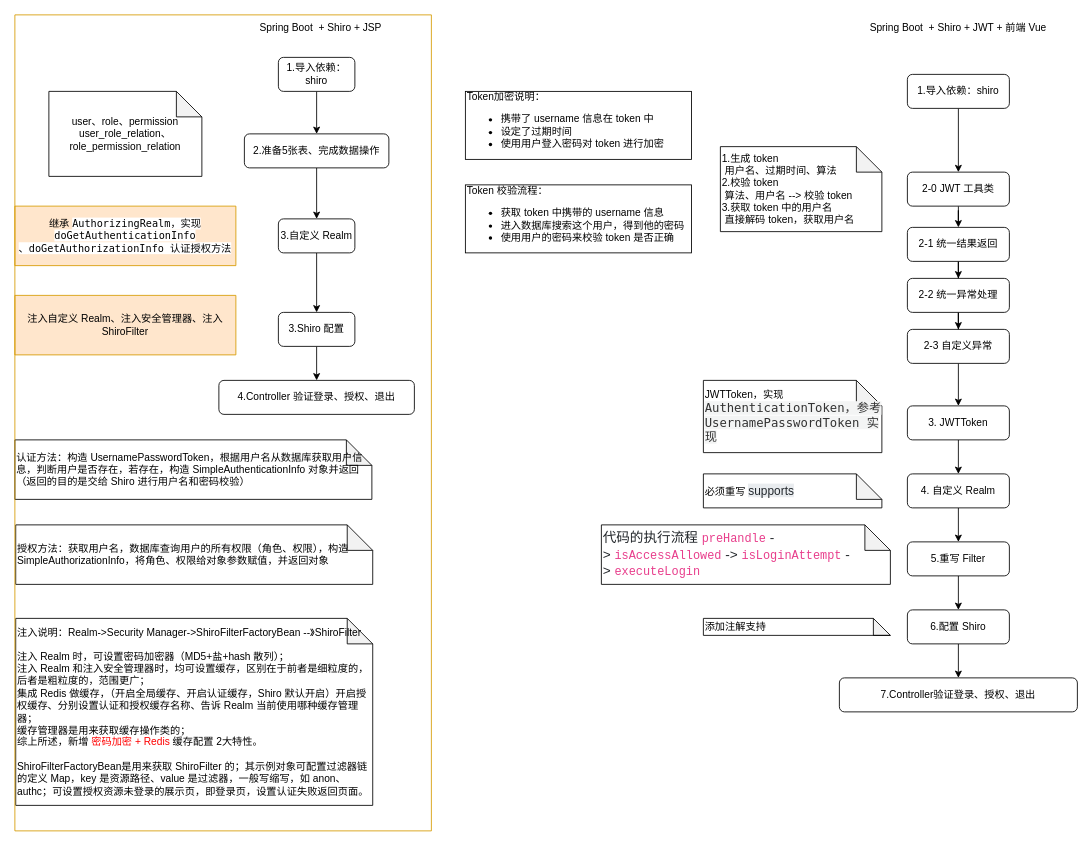
Earlier version of the draw.io diagram t1.drawio (mayating/drawio-files). Source tidied: cells renumbered, new cells numbered last; positions are measured from the earlier drawing's top-left corner, leaving out a move shared by most shapes. Both pictures are drawn from the tidied source at 85%, with x=0, y=0 at pixel (14, 14).
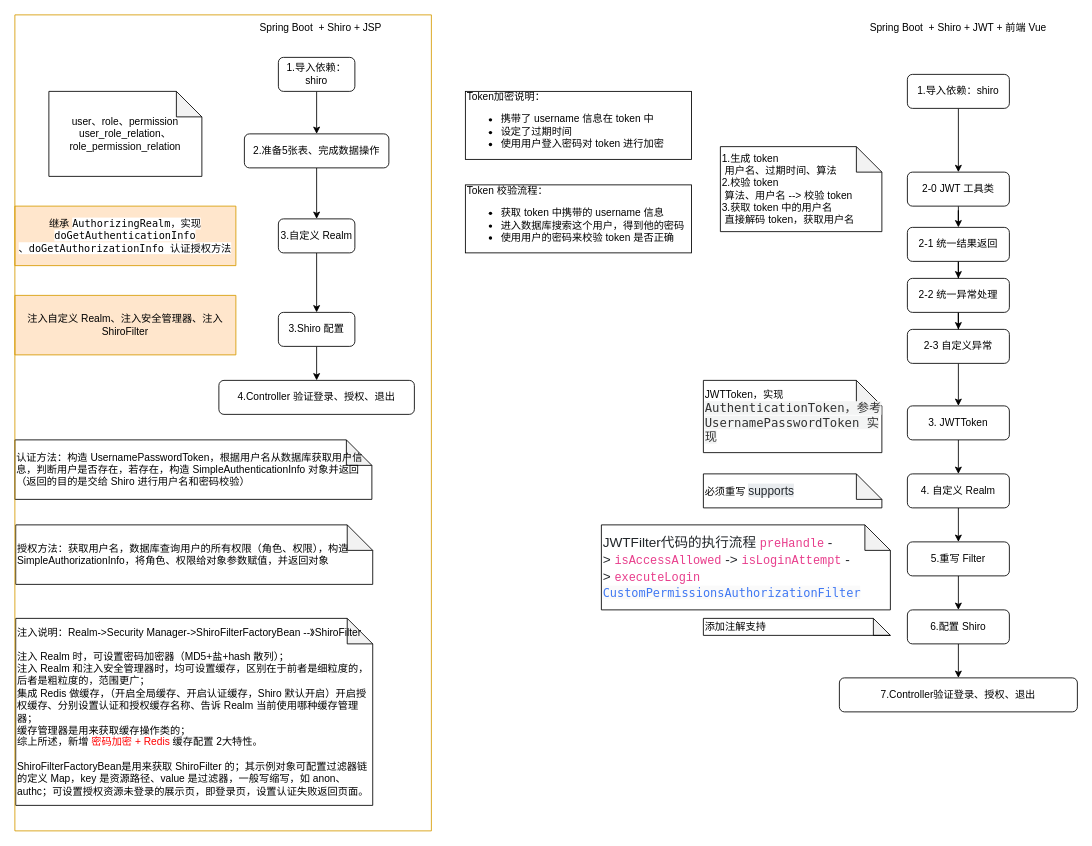
The same page after the edit.

Change to the diagram source:
```diff
@@
-    <mxCell id="44" value="&lt;span style=&quot;color: rgb(33 , 37 , 41) ; font-size: 16px ; background-color: rgb(255 , 255 , 255)&quot;&gt;代码的执行流程&amp;nbsp;&lt;/span&gt;&lt;code style=&quot;box-sizing: border-box ; font-size: 14px ; color: rgb(232 , 62 , 140) ; overflow-wrap: break-word ; background-color: rgb(255 , 255 , 255)&quot;&gt;preHandle&lt;/code&gt;&lt;span style=&quot;color: rgb(33 , 37 , 41) ; font-size: 16px ; background-color: rgb(255 , 255 , 255)&quot;&gt;&amp;nbsp;-&amp;gt;&amp;nbsp;&lt;/span&gt;&lt;code style=&quot;box-sizing: border-box ; font-size: 14px ; color: rgb(232 , 62 , 140) ; overflow-wrap: break-word ; background-color: rgb(255 , 255 , 255)&quot;&gt;isAccessAllowed&lt;/code&gt;&lt;span style=&quot;color: rgb(33 , 37 , 41) ; font-size: 16px ; background-color: rgb(255 , 255 , 255)&quot;&gt;&amp;nbsp;-&amp;gt;&amp;nbsp;&lt;/span&gt;&lt;code style=&quot;box-sizing: border-box ; font-size: 14px ; color: rgb(232 , 62 , 140) ; overflow-wrap: break-word ; background-color: rgb(255 , 255 , 255)&quot;&gt;isLoginAttempt&lt;/code&gt;&lt;span style=&quot;color: rgb(33 , 37 , 41) ; font-size: 16px ; background-color: rgb(255 , 255 , 255)&quot;&gt;&amp;nbsp;-&amp;gt;&amp;nbsp;&lt;/span&gt;&lt;code style=&quot;box-sizing: border-box ; font-size: 14px ; color: rgb(232 , 62 , 140) ; overflow-wrap: break-word ; background-color: rgb(255 , 255 , 255)&quot;&gt;executeLogin&lt;/code&gt;&lt;span style=&quot;color: rgb(33 , 37 , 41) ; font-size: 16px ; background-color: rgb(255 , 255 , 255)&quot;&gt;&amp;nbsp;&lt;/span&gt;&lt;span style=&quot;background-color: rgb(233 , 236 , 239) ; color: rgb(36 , 41 , 46) ; font-family: , &amp;#34;menlo&amp;#34; , &amp;#34;monaco&amp;#34; , &amp;#34;consolas&amp;#34; , &amp;#34;liberation mono&amp;#34; , &amp;#34;courier new&amp;#34; , monospace ; font-size: 14px&quot;&gt;&lt;br&gt;&lt;/span&gt;" style="shape=note;whiteSpace=wrap;html=1;backgroundOutline=1;darkOpacity=0.05;align=left;" parent="1" vertex="1">
-      <mxGeometry x="690" y="600" width="340" height="70" as="geometry" />
+    <mxCell id="44" value="&lt;span style=&quot;color: rgb(33 , 37 , 41) ; font-size: 16px ; background-color: rgb(255 , 255 , 255)&quot;&gt;JWTFilter代码的执行流程&amp;nbsp;&lt;/span&gt;&lt;code style=&quot;box-sizing: border-box ; font-size: 14px ; color: rgb(232 , 62 , 140) ; overflow-wrap: break-word ; background-color: rgb(255 , 255 , 255)&quot;&gt;preHandle&lt;/code&gt;&lt;span style=&quot;color: rgb(33 , 37 , 41) ; font-size: 16px ; background-color: rgb(255 , 255 , 255)&quot;&gt;&amp;nbsp;-&amp;gt;&amp;nbsp;&lt;/span&gt;&lt;code style=&quot;box-sizing: border-box ; font-size: 14px ; color: rgb(232 , 62 , 140) ; overflow-wrap: break-word ; background-color: rgb(255 , 255 , 255)&quot;&gt;isAccessAllowed&lt;/code&gt;&lt;span style=&quot;color: rgb(33 , 37 , 41) ; font-size: 16px ; background-color: rgb(255 , 255 , 255)&quot;&gt;&amp;nbsp;-&amp;gt;&amp;nbsp;&lt;/span&gt;&lt;code style=&quot;box-sizing: border-box ; font-size: 14px ; color: rgb(232 , 62 , 140) ; overflow-wrap: break-word ; background-color: rgb(255 , 255 , 255)&quot;&gt;isLoginAttempt&lt;/code&gt;&lt;span style=&quot;color: rgb(33 , 37 , 41) ; font-size: 16px ; background-color: rgb(255 , 255 , 255)&quot;&gt;&amp;nbsp;-&amp;gt;&amp;nbsp;&lt;/span&gt;&lt;code style=&quot;box-sizing: border-box ; font-size: 14px ; color: rgb(232 , 62 , 140) ; overflow-wrap: break-word ; background-color: rgb(255 , 255 , 255)&quot;&gt;executeLogin&lt;/code&gt;&lt;span style=&quot;color: rgb(33 , 37 , 41) ; font-size: 16px ; background-color: rgb(255 , 255 , 255)&quot;&gt;&amp;nbsp;&lt;br&gt;&lt;/span&gt;&lt;span style=&quot;color: rgb(64 , 120 , 242) ; font-family: &amp;#34;source code pro&amp;#34; , &amp;#34;dejavu sans mono&amp;#34; , &amp;#34;ubuntu mono&amp;#34; , &amp;#34;anonymous pro&amp;#34; , &amp;#34;droid sans mono&amp;#34; , &amp;#34;menlo&amp;#34; , &amp;#34;monaco&amp;#34; , &amp;#34;consolas&amp;#34; , &amp;#34;inconsolata&amp;#34; , &amp;#34;courier&amp;#34; , monospace , &amp;#34;pingfang sc&amp;#34; , &amp;#34;microsoft yahei&amp;#34; , sans-serif ; font-size: 14px ; background-color: rgb(250 , 250 , 250)&quot;&gt;CustomPermissionsAuthorizationFilter&lt;/span&gt;&lt;span style=&quot;background-color: rgb(233 , 236 , 239) ; color: rgb(36 , 41 , 46) ; font-family: , &amp;#34;menlo&amp;#34; , &amp;#34;monaco&amp;#34; , &amp;#34;consolas&amp;#34; , &amp;#34;liberation mono&amp;#34; , &amp;#34;courier new&amp;#34; , monospace ; font-size: 14px&quot;&gt;&lt;br&gt;&lt;/span&gt;" style="shape=note;whiteSpace=wrap;html=1;backgroundOutline=1;darkOpacity=0.05;align=left;" parent="1" vertex="1">
+      <mxGeometry x="690" y="600" width="340" height="100" as="geometry" />
     </mxCell>
```
